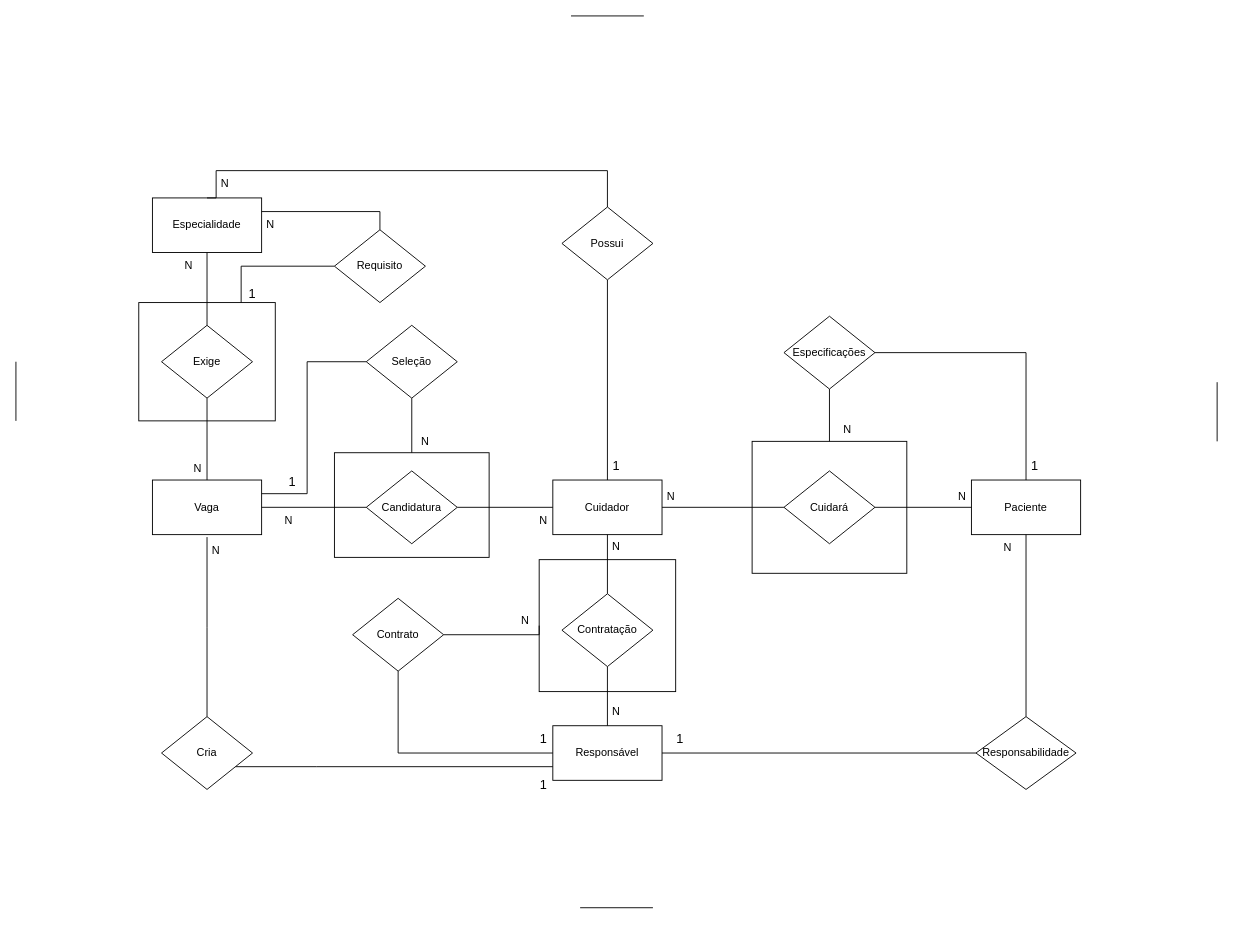
Rhaulsal/UML keeps this draw.io diagram as MERESII.drawio. Above is the earlier version. Source tidied: cells renumbered, new cells numbered last; positions are measured from the earlier drawing's top-left corner, leaving out a move shared by most shapes. Both pictures are drawn from the tidied source at 91%, with x=0, y=0 at pixel (15, 15).
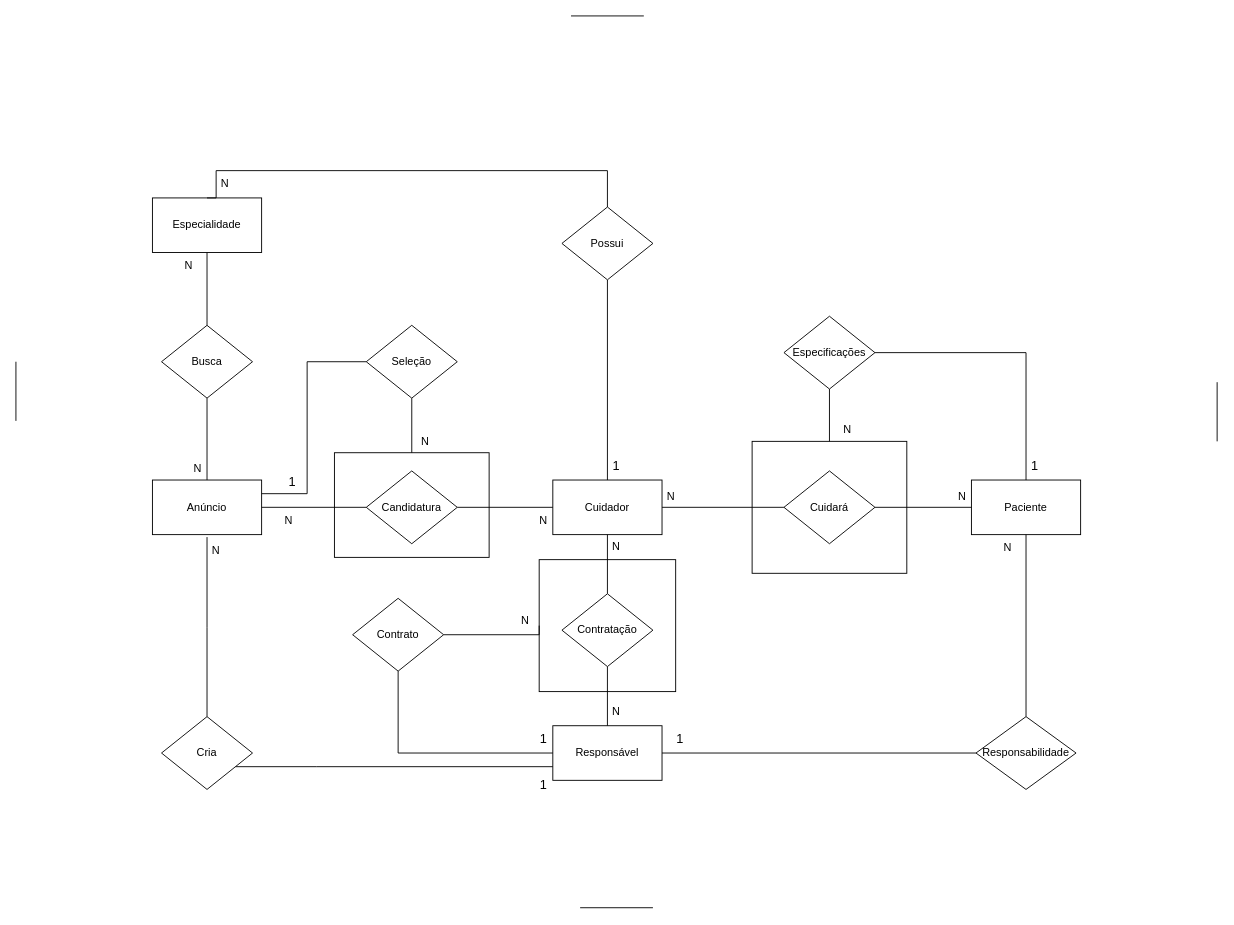
The same diagram, later.

Unchanged cells that the change refers to:
```xml
<mxCell id="10" value="Especialidade" style="rounded=0;whiteSpace=wrap;html=1;" parent="1" vertex="1">
  <mxGeometry x="150" y="200" width="120" height="60" as="geometry" />
</mxCell>
```

Change to the diagram source:
```diff
@@
-    <mxCell id="2" style="rounded=0;whiteSpace=wrap;html=1;" parent="1" vertex="1">
-      <mxGeometry x="135" y="315" width="150" height="130" as="geometry" />
-    </mxCell>
@@
-    <mxCell id="11" value="Vaga" style="rounded=0;whiteSpace=wrap;html=1;" parent="1" vertex="1">
+    <mxCell id="11" value="Anúncio" style="rounded=0;whiteSpace=wrap;html=1;" parent="1" vertex="1">
       <mxGeometry x="150" y="510" width="120" height="60" as="geometry" />
     </mxCell>
@@
-    <mxCell id="37" value="Exige" style="rhombus;whiteSpace=wrap;html=1;shapeInside=1;" parent="1" vertex="1">
+    <mxCell id="37" value="Busca" style="rhombus;whiteSpace=wrap;html=1;shapeInside=1;" parent="1" vertex="1">
       <mxGeometry x="160" y="340" width="100" height="80" as="geometry" />
     </mxCell>
-    <mxCell id="38" style="edgeStyle=orthogonalEdgeStyle;rounded=0;jettySize=auto;html=1;entryX=1;entryY=0.25;entryDx=0;entryDy=0;exitX=0.5;exitY=0;exitDx=0;exitDy=0;endArrow=none;endFill=0;" parent="1" edge="1" source="40" target="10">
-      <mxGeometry relative="1" as="geometry" />
-    </mxCell>
-    <mxCell id="39" style="edgeStyle=orthogonalEdgeStyle;rounded=0;jettySize=auto;html=1;entryX=0.75;entryY=0;entryDx=0;entryDy=0;endArrow=none;endFill=0;" parent="1" edge="1" source="40" target="2">
-      <mxGeometry relative="1" as="geometry" />
-    </mxCell>
-    <mxCell id="40" value="Requisito" style="rhombus;whiteSpace=wrap;html=1;shapeInside=1;" parent="1" vertex="1">
-      <mxGeometry x="350" y="235" width="100" height="80" as="geometry" />
-    </mxCell>
@@
-    <mxCell id="64" value="&lt;font style=&quot;font-size: 14px;&quot;&gt;1&lt;/font&gt;" style="text;html=1;whiteSpace=wrap;strokeColor=none;fillColor=none;align=center;verticalAlign=middle;rounded=0;" parent="1" vertex="1">
-      <mxGeometry x="230" y="290" width="60" height="30" as="geometry" />
-    </mxCell>
-    <mxCell id="65" value="N" style="text;html=1;whiteSpace=wrap;strokeColor=none;fillColor=none;align=center;verticalAlign=middle;rounded=0;" parent="1" vertex="1">
-      <mxGeometry x="250" y="215" width="60" height="30" as="geometry" />
-    </mxCell>
```
